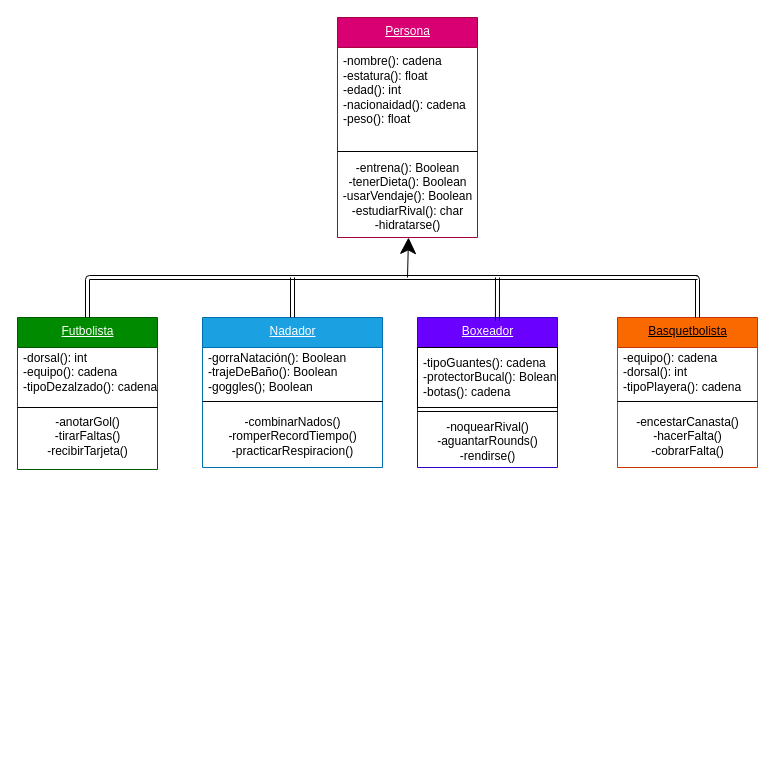
Earlier version of the draw.io diagram Untitled Diagram.drawio (alan-carrasco/Pr-ctica). Source tidied: cells renumbered, new cells numbered last; positions are measured from the earlier drawing's top-left corner, leaving out a move shared by most shapes. Both pictures are drawn from the tidied source at 100%, with x=0, y=0 at pixel (17, 17).
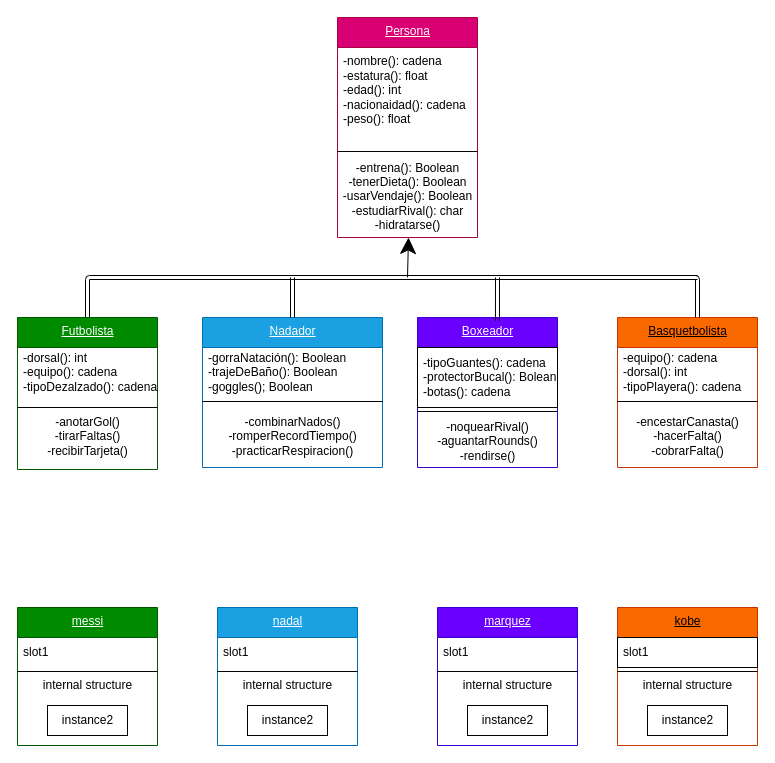
The same diagram, later.

Diff of the diagram source:
```diff
@@
+    <mxCell id="27" value="messi" style="swimlane;fontStyle=4;align=center;verticalAlign=top;horizontal=1;startSize=30;html=1;hachureGap=4;fillColor=#008a00;strokeColor=#005700;fontColor=#ffffff;" parent="1" vertex="1">
+      <mxGeometry y="590" width="140" height="138" as="geometry" />
+    </mxCell>
+    <mxCell id="28" value="slot1" style="html=1;strokeColor=none;fillColor=none;align=left;verticalAlign=middle;spacingLeft=4;spacingRight=4;" parent="27" vertex="1">
+      <mxGeometry y="30" width="140" height="30" as="geometry" />
+    </mxCell>
+    <mxCell id="29" style="line;strokeWidth=1;fillColor=none;align=left;verticalAlign=middle;spacingTop=-1;spacingLeft=3;spacingRight=3;labelPosition=right;" parent="27" vertex="1">
+      <mxGeometry y="60" width="140" height="8" as="geometry" />
+    </mxCell>
+    <mxCell id="30" value="internal structure" style="html=1;strokeColor=none;fillColor=none;align=center;verticalAlign=middle;spacingLeft=4;spacingRight=4;" parent="27" vertex="1">
+      <mxGeometry y="68" width="140" height="20" as="geometry" />
+    </mxCell>
+    <mxCell id="31" style="swimlane;fontStyle=1;align=center;verticalAlign=top;horizontal=1;startSize=0;html=1;strokeColor=none;fillColor=none;" parent="27" vertex="1">
+      <mxGeometry y="88" width="140" height="50" as="geometry" />
+    </mxCell>
+    <mxCell id="32" value="instance2" style="html=1;align=center;verticalAlign=middle;" parent="31" vertex="1">
+      <mxGeometry width="80" height="30" relative="1" as="geometry">
+        <mxPoint x="30" y="10" as="offset" />
+      </mxGeometry>
+    </mxCell>
+    <mxCell id="33" value="nadal" style="swimlane;fontStyle=4;align=center;verticalAlign=top;horizontal=1;startSize=30;html=1;hachureGap=4;fillColor=#1ba1e2;strokeColor=#006EAF;fontColor=#ffffff;" parent="1" vertex="1">
+      <mxGeometry x="200" y="590" width="140" height="138" as="geometry" />
+    </mxCell>
+    <mxCell id="34" value="slot1" style="html=1;strokeColor=none;fillColor=none;align=left;verticalAlign=middle;spacingLeft=4;spacingRight=4;" parent="33" vertex="1">
+      <mxGeometry y="30" width="140" height="30" as="geometry" />
+    </mxCell>
+    <mxCell id="35" style="line;strokeWidth=1;fillColor=none;align=left;verticalAlign=middle;spacingTop=-1;spacingLeft=3;spacingRight=3;labelPosition=right;" parent="33" vertex="1">
+      <mxGeometry y="60" width="140" height="8" as="geometry" />
+    </mxCell>
+    <mxCell id="36" value="internal structure" style="html=1;strokeColor=none;fillColor=none;align=center;verticalAlign=middle;spacingLeft=4;spacingRight=4;" parent="33" vertex="1">
+      <mxGeometry y="68" width="140" height="20" as="geometry" />
+    </mxCell>
+    <mxCell id="37" style="swimlane;fontStyle=1;align=center;verticalAlign=top;horizontal=1;startSize=0;html=1;strokeColor=none;fillColor=none;" parent="33" vertex="1">
+      <mxGeometry y="88" width="140" height="50" as="geometry" />
+    </mxCell>
+    <mxCell id="38" value="instance2" style="html=1;align=center;verticalAlign=middle;" parent="37" vertex="1">
+      <mxGeometry width="80" height="30" relative="1" as="geometry">
+        <mxPoint x="30" y="10" as="offset" />
+      </mxGeometry>
+    </mxCell>
+    <mxCell id="39" value="marquez" style="swimlane;fontStyle=4;align=center;verticalAlign=top;horizontal=1;startSize=30;html=1;hachureGap=4;fillColor=#6a00ff;strokeColor=#3700CC;fontColor=#ffffff;" parent="1" vertex="1">
+      <mxGeometry x="420" y="590" width="140" height="138" as="geometry" />
+    </mxCell>
+    <mxCell id="40" value="slot1" style="html=1;strokeColor=none;fillColor=none;align=left;verticalAlign=middle;spacingLeft=4;spacingRight=4;" parent="39" vertex="1">
+      <mxGeometry y="30" width="140" height="30" as="geometry" />
+    </mxCell>
+    <mxCell id="41" style="line;strokeWidth=1;fillColor=none;align=left;verticalAlign=middle;spacingTop=-1;spacingLeft=3;spacingRight=3;labelPosition=right;" parent="39" vertex="1">
+      <mxGeometry y="60" width="140" height="8" as="geometry" />
+    </mxCell>
+    <mxCell id="42" value="internal structure" style="html=1;strokeColor=none;fillColor=none;align=center;verticalAlign=middle;spacingLeft=4;spacingRight=4;" parent="39" vertex="1">
+      <mxGeometry y="68" width="140" height="20" as="geometry" />
+    </mxCell>
+    <mxCell id="43" style="swimlane;fontStyle=1;align=center;verticalAlign=top;horizontal=1;startSize=0;html=1;strokeColor=none;fillColor=none;" parent="39" vertex="1">
+      <mxGeometry y="88" width="140" height="50" as="geometry" />
+    </mxCell>
+    <mxCell id="44" value="instance2" style="html=1;align=center;verticalAlign=middle;" parent="43" vertex="1">
+      <mxGeometry width="80" height="30" relative="1" as="geometry">
+        <mxPoint x="30" y="10" as="offset" />
+      </mxGeometry>
+    </mxCell>
+    <mxCell id="45" value="kobe" style="swimlane;fontStyle=4;align=center;verticalAlign=top;horizontal=1;startSize=30;html=1;hachureGap=4;fillColor=#fa6800;strokeColor=#C73500;fontColor=#000000;" parent="1" vertex="1">
+      <mxGeometry x="600" y="590" width="140" height="138" as="geometry" />
+    </mxCell>
+    <mxCell id="46" value="slot1" style="html=1;align=left;verticalAlign=middle;spacingLeft=4;spacingRight=4;" parent="45" vertex="1">
+      <mxGeometry y="30" width="140" height="30" as="geometry" />
+    </mxCell>
+    <mxCell id="47" style="line;strokeWidth=1;fillColor=none;align=left;verticalAlign=middle;spacingTop=-1;spacingLeft=3;spacingRight=3;labelPosition=right;" parent="45" vertex="1">
+      <mxGeometry y="60" width="140" height="8" as="geometry" />
+    </mxCell>
+    <mxCell id="48" value="internal structure" style="html=1;strokeColor=none;fillColor=none;align=center;verticalAlign=middle;spacingLeft=4;spacingRight=4;" parent="45" vertex="1">
+      <mxGeometry y="68" width="140" height="20" as="geometry" />
+    </mxCell>
+    <mxCell id="49" style="swimlane;fontStyle=1;align=center;verticalAlign=top;horizontal=1;startSize=0;html=1;strokeColor=none;fillColor=none;" parent="45" vertex="1">
+      <mxGeometry y="88" width="140" height="50" as="geometry" />
+    </mxCell>
+    <mxCell id="50" value="instance2" style="html=1;align=center;verticalAlign=middle;" parent="49" vertex="1">
+      <mxGeometry width="80" height="30" relative="1" as="geometry">
+        <mxPoint x="30" y="10" as="offset" />
+      </mxGeometry>
+    </mxCell>
```
